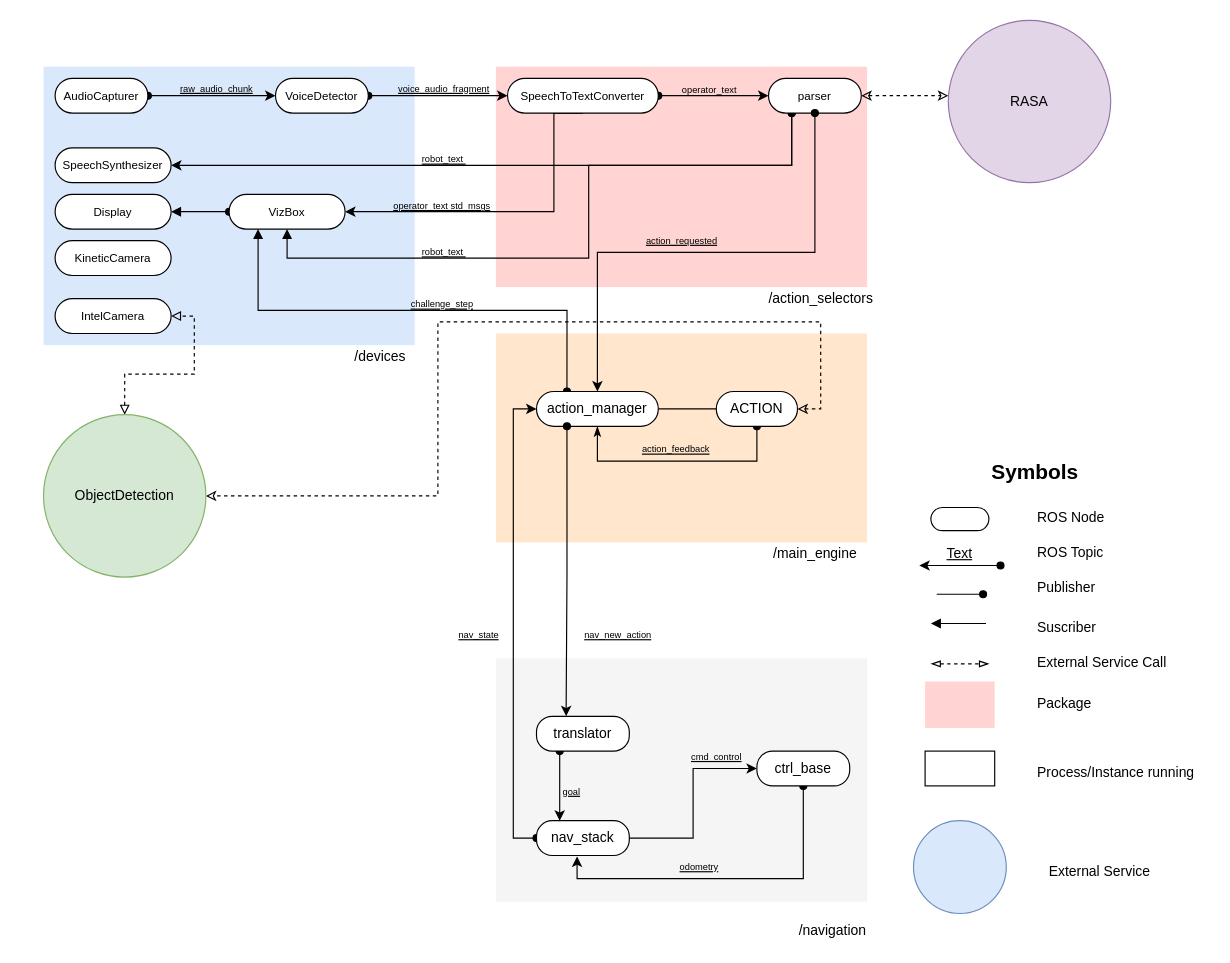
Before: Untitled Diagram.drawio in RoBorregos/robocup-home, a draw.io diagram. Source tidied: cells renumbered, new cells numbered last; positions are measured from the earlier drawing's top-left corner, leaving out a move shared by most shapes. Both pictures are drawn from the tidied source at 116%, with x=0, y=0 at pixel (43, 20).
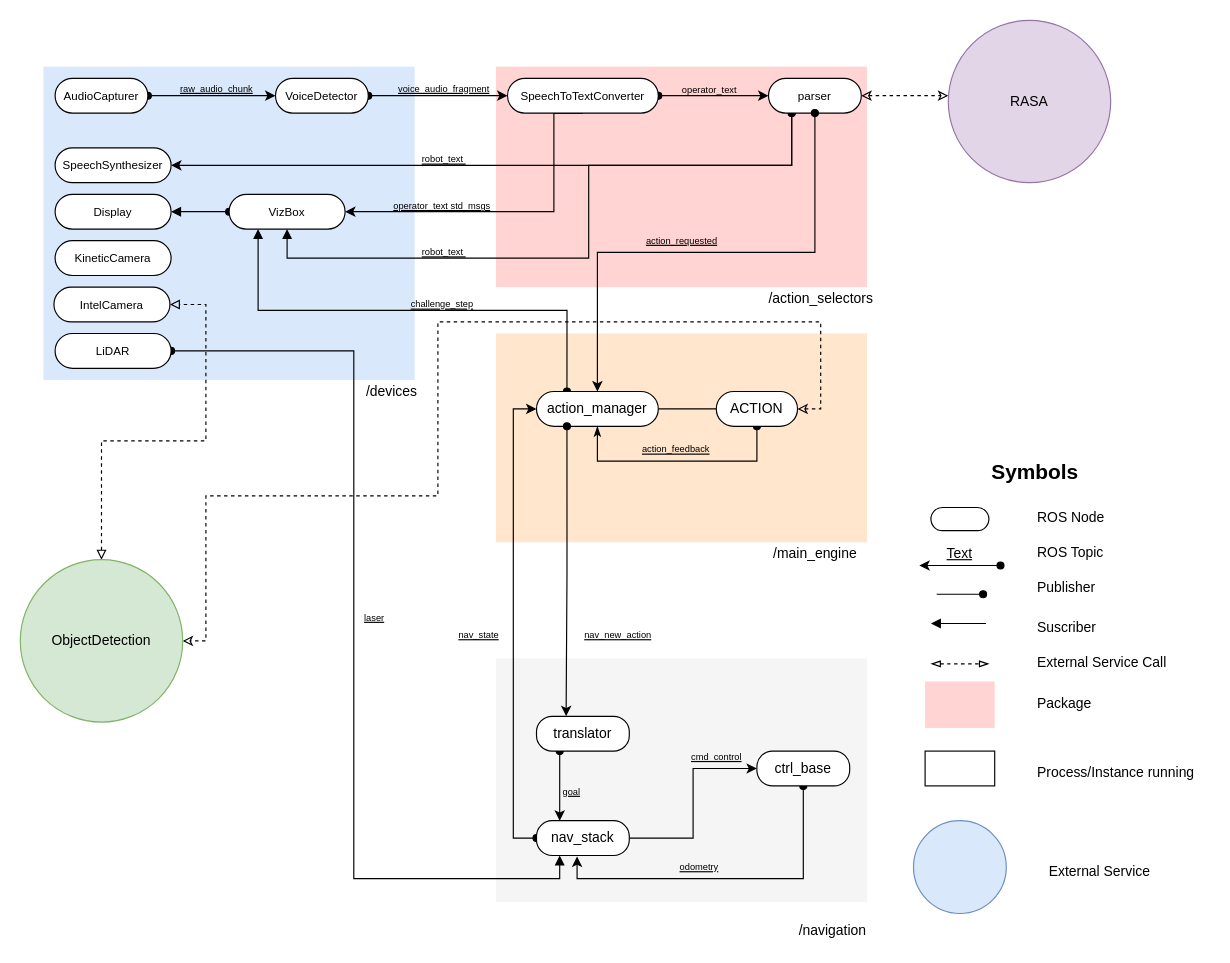
After the change.

Unchanged cells that the change refers to:
```xml
<mxCell id="48" value="ACTION" style="rounded=1;whiteSpace=wrap;html=1;arcSize=50;" parent="1" vertex="1">
  <mxGeometry x="580" y="320" width="70" height="30" as="geometry" />
</mxCell>
<mxCell id="59" value="nav_stack" style="rounded=1;whiteSpace=wrap;html=1;arcSize=45;" parent="1" vertex="1">
  <mxGeometry x="425" y="690" width="80" height="30" as="geometry" />
</mxCell>
```

Diff of the diagram source:
```diff
@@
     <mxCell id="19" style="rounded=0;whiteSpace=wrap;html=1;fillColor=#dae8fc;strokeColor=none;" parent="1" vertex="1">
-      <mxGeometry y="40" width="320" height="240" as="geometry" />
+      <mxGeometry y="40" width="320" height="270" as="geometry" />
     </mxCell>
     <mxCell id="20" value="/devices" style="text;html=1;align=center;verticalAlign=middle;" parent="1" vertex="1">
-      <mxGeometry x="260" y="280" width="60" height="20" as="geometry" />
+      <mxGeometry x="270" y="310" width="60" height="20" as="geometry" />
     </mxCell>
@@
     <mxCell id="47" style="edgeStyle=orthogonalEdgeStyle;rounded=0;jettySize=auto;html=1;exitX=1;exitY=0.5;exitDx=0;exitDy=0;entryX=1;entryY=0.5;entryDx=0;entryDy=0;dashed=1;startArrow=classic;startFill=0;endArrow=classic;endFill=0;" parent="1" edge="1" source="48" target="71">
       <mxGeometry relative="1" as="geometry">
         <Array as="points">
           <mxPoint x="670" y="335" />
           <mxPoint x="670" y="260" />
           <mxPoint x="340" y="260" />
           <mxPoint x="340" y="410" />
+          <mxPoint x="140" y="410" />
+          <mxPoint x="140" y="535" />
         </Array>
       </mxGeometry>
     </mxCell>
@@
     <mxCell id="53" value="&lt;span style=&quot;font-size: 10px&quot;&gt;IntelCamera&lt;/span&gt;" style="rounded=1;whiteSpace=wrap;html=1;arcSize=50;" parent="1" vertex="1">
-      <mxGeometry x="10" y="240" width="100" height="30" as="geometry" />
+      <mxGeometry x="9" y="230" width="100" height="30" as="geometry" />
     </mxCell>
@@
     <mxCell id="71" value="ObjectDetection" style="ellipse;whiteSpace=wrap;html=1;fillColor=#d5e8d4;strokeColor=#82b366;" parent="1" vertex="1">
-      <mxGeometry y="340" width="140" height="140" as="geometry" />
+      <mxGeometry x="-20" y="465" width="140" height="140" as="geometry" />
     </mxCell>
@@
+    <mxCell id="78" style="edgeStyle=orthogonalEdgeStyle;rounded=0;jettySize=auto;html=1;exitX=1;exitY=0.5;exitDx=0;exitDy=0;entryX=0.25;entryY=1;entryDx=0;entryDy=0;startArrow=oval;startFill=1;endArrow=block;endFill=1;" parent="1" edge="1" source="79" target="59">
+      <mxGeometry relative="1" as="geometry" />
+    </mxCell>
+    <mxCell id="79" value="&lt;span style=&quot;font-size: 10px&quot;&gt;LiDAR&lt;/span&gt;" style="rounded=1;whiteSpace=wrap;html=1;arcSize=50;" parent="1" vertex="1">
+      <mxGeometry x="10" y="270" width="100" height="30" as="geometry" />
+    </mxCell>
+    <mxCell id="80" value="&lt;u&gt;laser&lt;/u&gt;" style="text;html=1;align=center;verticalAlign=middle;fontSize=8;" parent="1" vertex="1">
+      <mxGeometry x="270" y="505" width="30" height="20" as="geometry" />
+    </mxCell>
```
